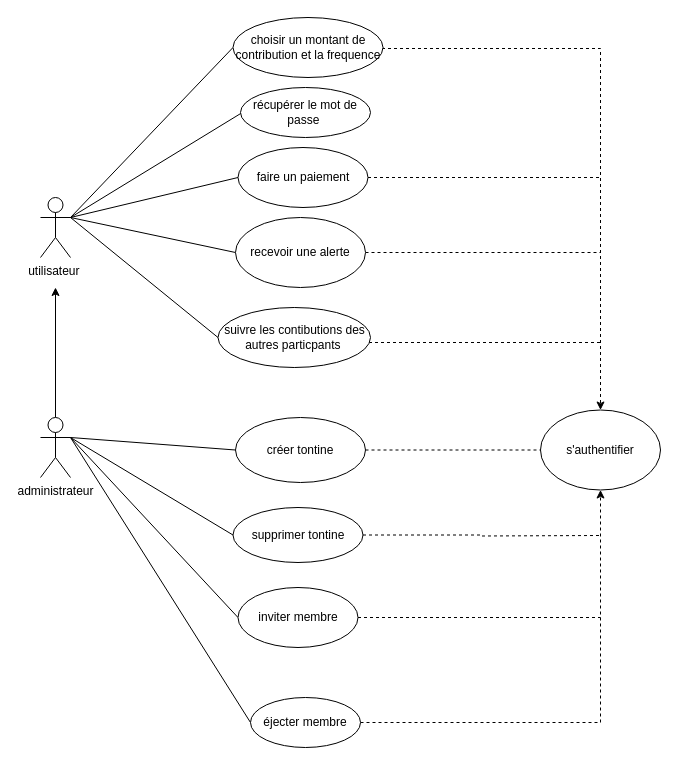
Above: Diagramme sans nom.drawio in LaetyA/blockchain_tp1 (draw.io), before the change. Source tidied: cells renumbered, new cells numbered last; positions are measured from the earlier drawing's top-left corner, leaving out a move shared by most shapes. Both pictures are drawn from the tidied source at 100%, with x=0, y=0 at pixel (40, 17).
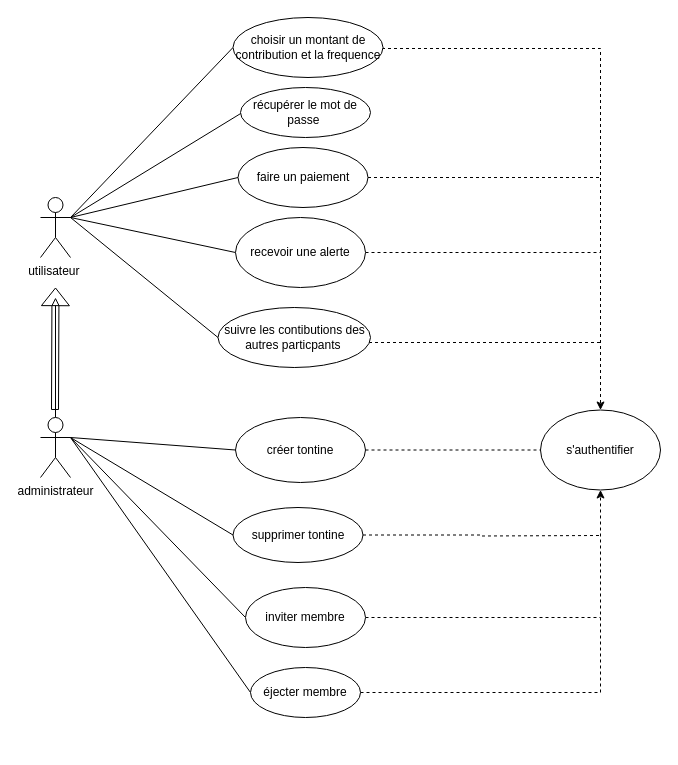
The same diagram, later.

Commit message:
cu_initial_app_tontine

Unchanged cells that the change refers to:
```xml
<mxCell id="16" value="administrateur&lt;div&gt;&lt;br&gt;&lt;/div&gt;" style="shape=umlActor;verticalLabelPosition=bottom;verticalAlign=top;html=1;outlineConnect=0;" parent="1" vertex="1">
  <mxGeometry y="400" width="30" height="60" as="geometry" />
</mxCell>
```

Diff of the diagram source:
```diff
@@
-    <mxCell id="14" style="edgeStyle=orthogonalEdgeStyle;rounded=0;jettySize=auto;html=1;exitX=0.5;exitY=0;exitDx=0;exitDy=0;exitPerimeter=0;" parent="1" edge="1" source="16">
-      <mxGeometry relative="1" as="geometry">
-        <mxPoint x="15" y="270" as="targetPoint" />
-      </mxGeometry>
-    </mxCell>
@@
+    <mxCell id="32" style="edgeStyle=orthogonalEdgeStyle;rounded=0;jettySize=auto;html=1;exitX=0.5;exitY=0;exitDx=0;exitDy=0;exitPerimeter=0;endArrow=block;endFill=0;" parent="1" edge="1" source="16">
+      <mxGeometry relative="1" as="geometry">
+        <mxPoint x="15" y="280" as="targetPoint" />
+      </mxGeometry>
+    </mxCell>
@@
     <mxCell id="23" value="inviter membre" style="ellipse;whiteSpace=wrap;html=1;" parent="1" vertex="1">
-      <mxGeometry x="197.5" y="570" width="120" height="60" as="geometry" />
+      <mxGeometry x="205" y="570" width="120" height="60" as="geometry" />
     </mxCell>
@@
     <mxCell id="26" value="éjecter membre" style="ellipse;whiteSpace=wrap;html=1;" parent="1" vertex="1">
-      <mxGeometry x="210" y="680" width="110" height="50" as="geometry" />
+      <mxGeometry x="210" y="650" width="110" height="50" as="geometry" />
     </mxCell>
@@
+    <mxCell id="33" style="shape=flexArrow;endArrow=classic;html=1;rounded=0;width=7;endSize=5.56;" parent="1" edge="1">
+      <mxGeometry relative="1" as="geometry">
+        <mxPoint x="14.5" y="392.5" as="sourcePoint" />
+        <mxPoint x="15" y="270" as="targetPoint" />
+      </mxGeometry>
+    </mxCell>
```
